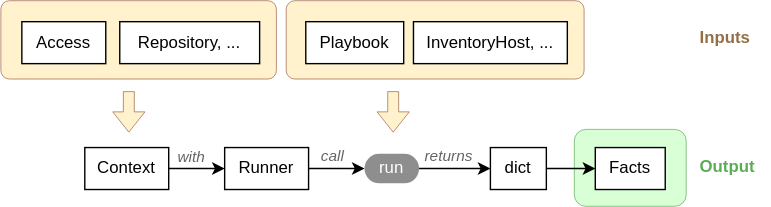
Before: doc/images/classes.svg, a diagram exported from draw.io (exasol/ansible-runner-wrapper). Source tidied: cells renumbered, new cells last; positions are measured from the earlier drawing's top-left corner, leaving out a move shared by most shapes. Its diagram source:
```xml
<mxGraphModel background="#ffffff">
  <root>
    <mxCell id="0" />
    <mxCell id="1" parent="0" />
    <mxCell id="2" style="rounded=1;whiteSpace=wrap;html=1;fillColor=#D8FFD6;strokeColor=#5CAC57;fontColor=#5CAC57;arcSize=15;fontStyle=1;verticalAlign=bottom;strokeWidth=0.5;spacingTop=0;labelBackgroundColor=none;align=center;fontFamily=Helvetica;fontSize=12;spacingBottom=3;spacingLeft=0;" parent="1" vertex="1">
      <mxGeometry x="410" y="92" width="80" height="55" as="geometry" />
    </mxCell>
    <mxCell id="3" style="rounded=1;whiteSpace=wrap;html=1;fillColor=#FFF2CC;strokeColor=#9E6445;fontColor=#9E6445;arcSize=11;fontStyle=0;verticalAlign=top;strokeWidth=0.5;align=center;spacingTop=-13;fontFamily=Helvetica;fontSize=12;labelBackgroundColor=#FFF2CC;" parent="1" vertex="1">
      <mxGeometry width="197" height="56" as="geometry" />
    </mxCell>
    <mxCell id="4" style="rounded=1;whiteSpace=wrap;html=1;fillColor=#FFF2CC;strokeColor=#9E6445;fontColor=#9E6445;arcSize=11;fontStyle=0;verticalAlign=top;strokeWidth=0.5;align=center;spacingTop=-13;fontFamily=Helvetica;fontSize=12;labelBackgroundColor=#FFF2CC;" parent="1" vertex="1">
      <mxGeometry x="204" width="213" height="56" as="geometry" />
    </mxCell>
    <mxCell id="5" value="Repository, ..." style="rounded=0;whiteSpace=wrap;html=1;fillColor=#FFFFFF;strokeColor=default;fontColor=default;arcSize=37;align=center;verticalAlign=middle;fontFamily=Helvetica;fontSize=12;" parent="1" vertex="1">
      <mxGeometry x="85" y="15" width="100" height="30" as="geometry" />
    </mxCell>
    <mxCell id="6" value="Context" style="rounded=0;whiteSpace=wrap;html=1;" parent="1" vertex="1">
      <mxGeometry x="60" y="105" width="60" height="30" as="geometry" />
    </mxCell>
    <mxCell id="7" value="Access" style="rounded=0;whiteSpace=wrap;html=1;fillColor=#FFFFFF;" parent="1" vertex="1">
      <mxGeometry x="15" y="15" width="60" height="30" as="geometry" />
    </mxCell>
    <mxCell id="8" value="&amp;nbsp;call&amp;nbsp;" style="edgeStyle=orthogonalEdgeStyle;rounded=0;jettySize=auto;html=1;entryX=0;entryY=0.5;entryDx=0;entryDy=0;fontColor=#666666;fontStyle=2;" parent="1" edge="1" target="12">
      <mxGeometry x="0.44" y="9" relative="1" as="geometry">
        <mxPoint x="178" y="120" as="sourcePoint" />
      </mxGeometry>
    </mxCell>
    <mxCell id="9" value="Runner" style="rounded=0;whiteSpace=wrap;html=1;" parent="1" vertex="1">
      <mxGeometry x="160" y="105" width="60" height="30" as="geometry" />
    </mxCell>
    <mxCell id="10" value="&amp;nbsp;with&amp;nbsp;" style="edgeStyle=orthogonalEdgeStyle;rounded=0;jettySize=auto;html=1;entryX=0;entryY=0.5;entryDx=0;entryDy=0;exitX=1;exitY=0.5;exitDx=0;exitDy=0;fontColor=#666666;fontStyle=2;" parent="1" edge="1" source="6" target="9">
      <mxGeometry x="-0.21" y="8" relative="1" as="geometry" />
    </mxCell>
    <mxCell id="11" value="&amp;nbsp;returns&amp;nbsp;" style="edgeStyle=orthogonalEdgeStyle;rounded=0;jettySize=auto;html=1;entryX=0;entryY=0.5;entryDx=0;entryDy=0;strokeColor=default;align=center;verticalAlign=middle;fontFamily=Helvetica;fontSize=11;fontColor=#666666;labelBackgroundColor=default;endArrow=classic;fontStyle=2;" parent="1" edge="1" source="12" target="16">
      <mxGeometry x="-0.18" y="9" relative="1" as="geometry" />
    </mxCell>
    <mxCell id="12" value="run" style="rounded=1;whiteSpace=wrap;html=1;fillColor=#8E8E8E;fontColor=#FFFFFF;strokeColor=none;arcSize=50;" parent="1" vertex="1">
      <mxGeometry x="260" y="109.5" width="39" height="21" as="geometry" />
    </mxCell>
    <mxCell id="13" value="Playbook" style="rounded=0;whiteSpace=wrap;html=1;fillColor=#FFFFFF;strokeColor=default;fontColor=default;arcSize=37;align=center;verticalAlign=middle;fontFamily=Helvetica;fontSize=12;" parent="1" vertex="1">
      <mxGeometry x="218" y="15" width="70" height="30" as="geometry" />
    </mxCell>
    <mxCell id="14" value="InventoryHost, ..." style="rounded=0;whiteSpace=wrap;html=1;fillColor=#FFFFFF;strokeColor=default;fontColor=default;arcSize=37;align=center;verticalAlign=middle;fontFamily=Helvetica;fontSize=12;" parent="1" vertex="1">
      <mxGeometry x="295" y="15" width="110" height="30" as="geometry" />
    </mxCell>
    <mxCell id="15" style="edgeStyle=orthogonalEdgeStyle;rounded=0;jettySize=auto;html=1;entryX=0;entryY=0.5;entryDx=0;entryDy=0;" parent="1" edge="1" source="16" target="19">
      <mxGeometry relative="1" as="geometry" />
    </mxCell>
    <mxCell id="16" value="dict" style="rounded=0;whiteSpace=wrap;html=1;fillColor=default;strokeColor=default;fontColor=default;arcSize=30;align=center;verticalAlign=middle;fontFamily=Helvetica;fontSize=12;" parent="1" vertex="1">
      <mxGeometry x="350" y="105" width="40" height="30" as="geometry" />
    </mxCell>
    <mxCell id="17" value="Inputs" style="text;html=1;whiteSpace=wrap;strokeColor=none;fillColor=none;align=left;verticalAlign=middle;rounded=0;spacing=0;fontStyle=1;fontColor=#946F46;spacingRight=-6;" parent="1" vertex="1">
      <mxGeometry x="500" y="17" width="40" height="20" as="geometry" />
    </mxCell>
    <mxCell id="18" style="html=1;shadow=0;dashed=0;align=center;verticalAlign=top;shape=mxgraph.arrows2.arrow;dy=0.66;dx=14.52;direction=south;notch=0;rounded=1;strokeColor=#9E6445;strokeWidth=0.5;arcSize=25;fontFamily=Helvetica;fontSize=12;fontColor=#9E6445;fontStyle=1;fillColor=#fff2cc;" parent="1" vertex="1">
      <mxGeometry x="269" y="65" width="23" height="29" as="geometry" />
    </mxCell>
    <mxCell id="19" value="Facts" style="rounded=0;whiteSpace=wrap;html=1;fillColor=#FFFFFF;strokeColor=default;fontColor=default;arcSize=37;align=center;verticalAlign=middle;fontFamily=Helvetica;fontSize=12;" parent="1" vertex="1">
      <mxGeometry x="425" y="105" width="50" height="30" as="geometry" />
    </mxCell>
    <mxCell id="20" value="Output" style="text;html=1;whiteSpace=wrap;strokeColor=none;fillColor=none;align=left;verticalAlign=middle;rounded=0;spacing=0;fontStyle=1;fontColor=#5CAC57;spacingRight=-8;" parent="1" vertex="1">
      <mxGeometry x="500" y="109" width="50" height="20" as="geometry" />
    </mxCell>
    <mxCell id="21" style="html=1;shadow=0;dashed=0;align=center;verticalAlign=top;shape=mxgraph.arrows2.arrow;dy=0.66;dx=14.52;direction=south;notch=0;rounded=1;strokeColor=#9E6445;strokeWidth=0.5;arcSize=25;fontFamily=Helvetica;fontSize=12;fontColor=#9E6445;fontStyle=1;fillColor=#fff2cc;" parent="1" vertex="1">
      <mxGeometry x="80" y="65" width="23" height="29" as="geometry" />
    </mxCell>
  </root>
</mxGraphModel>
```
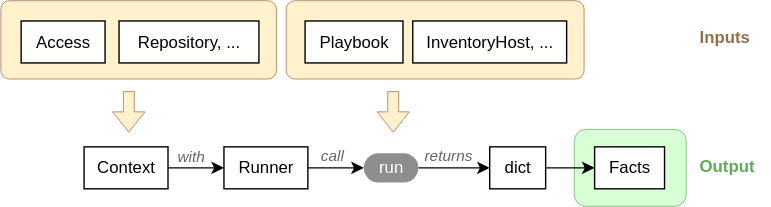
After the commit.

What changed in the source:
```diff
@@ -11,13 +11,13 @@
     <mxCell id="4" style="rounded=1;whiteSpace=wrap;html=1;fillColor=#FFF2CC;strokeColor=#9E6445;fontColor=#9E6445;arcSize=11;fontStyle=0;verticalAlign=top;strokeWidth=0.5;align=center;spacingTop=-13;fontFamily=Helvetica;fontSize=12;labelBackgroundColor=#FFF2CC;" parent="1" vertex="1">
       <mxGeometry x="204" width="213" height="56" as="geometry" />
     </mxCell>
-    <mxCell id="5" value="Repository, ..." style="rounded=0;whiteSpace=wrap;html=1;fillColor=#FFFFFF;strokeColor=default;fontColor=default;arcSize=37;align=center;verticalAlign=middle;fontFamily=Helvetica;fontSize=12;" parent="1" vertex="1">
+    <mxCell id="5" value="Repository, ..." style="rounded=0;whiteSpace=wrap;html=1;fillColor=#FFFFFE;strokeColor=#000001;fontColor=#000001;arcSize=30;align=center;verticalAlign=middle;fontFamily=Helvetica;fontSize=12;" parent="1" vertex="1">
       <mxGeometry x="85" y="15" width="100" height="30" as="geometry" />
     </mxCell>
-    <mxCell id="6" value="Context" style="rounded=0;whiteSpace=wrap;html=1;" parent="1" vertex="1">
+    <mxCell id="6" value="Context" style="rounded=0;whiteSpace=wrap;html=1;fillColor=#FFFFFE;fontColor=#000001;strokeColor=#000001;align=center;verticalAlign=middle;arcSize=30;fontFamily=Helvetica;fontSize=12;" parent="1" vertex="1">
       <mxGeometry x="60" y="105" width="60" height="30" as="geometry" />
     </mxCell>
-    <mxCell id="7" value="Access" style="rounded=0;whiteSpace=wrap;html=1;fillColor=#FFFFFF;" parent="1" vertex="1">
+    <mxCell id="7" value="Access" style="rounded=0;whiteSpace=wrap;html=1;fillColor=#FFFFFE;fontColor=#000001;strokeColor=#000001;" parent="1" vertex="1">
       <mxGeometry x="15" y="15" width="60" height="30" as="geometry" />
     </mxCell>
     <mxCell id="8" value="&amp;nbsp;call&amp;nbsp;" style="edgeStyle=orthogonalEdgeStyle;rounded=0;jettySize=auto;html=1;entryX=0;entryY=0.5;entryDx=0;entryDy=0;fontColor=#666666;fontStyle=2;" parent="1" edge="1" target="12">
@@ -25,7 +25,7 @@
         <mxPoint x="178" y="120" as="sourcePoint" />
       </mxGeometry>
     </mxCell>
-    <mxCell id="9" value="Runner" style="rounded=0;whiteSpace=wrap;html=1;" parent="1" vertex="1">
+    <mxCell id="9" value="Runner" style="rounded=0;whiteSpace=wrap;html=1;fillColor=#FFFFFE;fontColor=#000001;strokeColor=#000001;align=center;verticalAlign=middle;arcSize=30;fontFamily=Helvetica;fontSize=12;" parent="1" vertex="1">
       <mxGeometry x="160" y="105" width="60" height="30" as="geometry" />
     </mxCell>
     <mxCell id="10" value="&amp;nbsp;with&amp;nbsp;" style="edgeStyle=orthogonalEdgeStyle;rounded=0;jettySize=auto;html=1;entryX=0;entryY=0.5;entryDx=0;entryDy=0;exitX=1;exitY=0.5;exitDx=0;exitDy=0;fontColor=#666666;fontStyle=2;" parent="1" edge="1" source="6" target="9">
@@ -37,16 +37,16 @@
     <mxCell id="12" value="run" style="rounded=1;whiteSpace=wrap;html=1;fillColor=#8E8E8E;fontColor=#FFFFFF;strokeColor=none;arcSize=50;" parent="1" vertex="1">
       <mxGeometry x="260" y="109.5" width="39" height="21" as="geometry" />
     </mxCell>
-    <mxCell id="13" value="Playbook" style="rounded=0;whiteSpace=wrap;html=1;fillColor=#FFFFFF;strokeColor=default;fontColor=default;arcSize=37;align=center;verticalAlign=middle;fontFamily=Helvetica;fontSize=12;" parent="1" vertex="1">
+    <mxCell id="13" value="Playbook" style="rounded=0;whiteSpace=wrap;html=1;fillColor=#FFFFFE;strokeColor=#000001;fontColor=#000001;arcSize=30;align=center;verticalAlign=middle;fontFamily=Helvetica;fontSize=12;" parent="1" vertex="1">
       <mxGeometry x="218" y="15" width="70" height="30" as="geometry" />
     </mxCell>
-    <mxCell id="14" value="InventoryHost, ..." style="rounded=0;whiteSpace=wrap;html=1;fillColor=#FFFFFF;strokeColor=default;fontColor=default;arcSize=37;align=center;verticalAlign=middle;fontFamily=Helvetica;fontSize=12;" parent="1" vertex="1">
+    <mxCell id="14" value="InventoryHost, ..." style="rounded=0;whiteSpace=wrap;html=1;fillColor=#FFFFFE;strokeColor=#000001;fontColor=#000001;arcSize=30;align=center;verticalAlign=middle;fontFamily=Helvetica;fontSize=12;" parent="1" vertex="1">
       <mxGeometry x="295" y="15" width="110" height="30" as="geometry" />
     </mxCell>
     <mxCell id="15" style="edgeStyle=orthogonalEdgeStyle;rounded=0;jettySize=auto;html=1;entryX=0;entryY=0.5;entryDx=0;entryDy=0;" parent="1" edge="1" source="16" target="19">
       <mxGeometry relative="1" as="geometry" />
     </mxCell>
-    <mxCell id="16" value="dict" style="rounded=0;whiteSpace=wrap;html=1;fillColor=default;strokeColor=default;fontColor=default;arcSize=30;align=center;verticalAlign=middle;fontFamily=Helvetica;fontSize=12;" parent="1" vertex="1">
+    <mxCell id="16" value="dict" style="rounded=0;whiteSpace=wrap;html=1;fillColor=#FFFFFE;strokeColor=#000001;fontColor=#000001;arcSize=30;align=center;verticalAlign=middle;fontFamily=Helvetica;fontSize=12;" parent="1" vertex="1">
       <mxGeometry x="350" y="105" width="40" height="30" as="geometry" />
     </mxCell>
     <mxCell id="17" value="Inputs" style="text;html=1;whiteSpace=wrap;strokeColor=none;fillColor=none;align=left;verticalAlign=middle;rounded=0;spacing=0;fontStyle=1;fontColor=#946F46;spacingRight=-6;" parent="1" vertex="1">
@@ -55,7 +55,7 @@
     <mxCell id="18" style="html=1;shadow=0;dashed=0;align=center;verticalAlign=top;shape=mxgraph.arrows2.arrow;dy=0.66;dx=14.52;direction=south;notch=0;rounded=1;strokeColor=#9E6445;strokeWidth=0.5;arcSize=25;fontFamily=Helvetica;fontSize=12;fontColor=#9E6445;fontStyle=1;fillColor=#fff2cc;" parent="1" vertex="1">
       <mxGeometry x="269" y="65" width="23" height="29" as="geometry" />
     </mxCell>
-    <mxCell id="19" value="Facts" style="rounded=0;whiteSpace=wrap;html=1;fillColor=#FFFFFF;strokeColor=default;fontColor=default;arcSize=37;align=center;verticalAlign=middle;fontFamily=Helvetica;fontSize=12;" parent="1" vertex="1">
+    <mxCell id="19" value="Facts" style="rounded=0;whiteSpace=wrap;html=1;fillColor=#FFFFFE;strokeColor=#000001;fontColor=#000001;arcSize=30;align=center;verticalAlign=middle;fontFamily=Helvetica;fontSize=12;" parent="1" vertex="1">
       <mxGeometry x="425" y="105" width="50" height="30" as="geometry" />
     </mxCell>
     <mxCell id="20" value="Output" style="text;html=1;whiteSpace=wrap;strokeColor=none;fillColor=none;align=left;verticalAlign=middle;rounded=0;spacing=0;fontStyle=1;fontColor=#5CAC57;spacingRight=-8;" parent="1" vertex="1">
```
